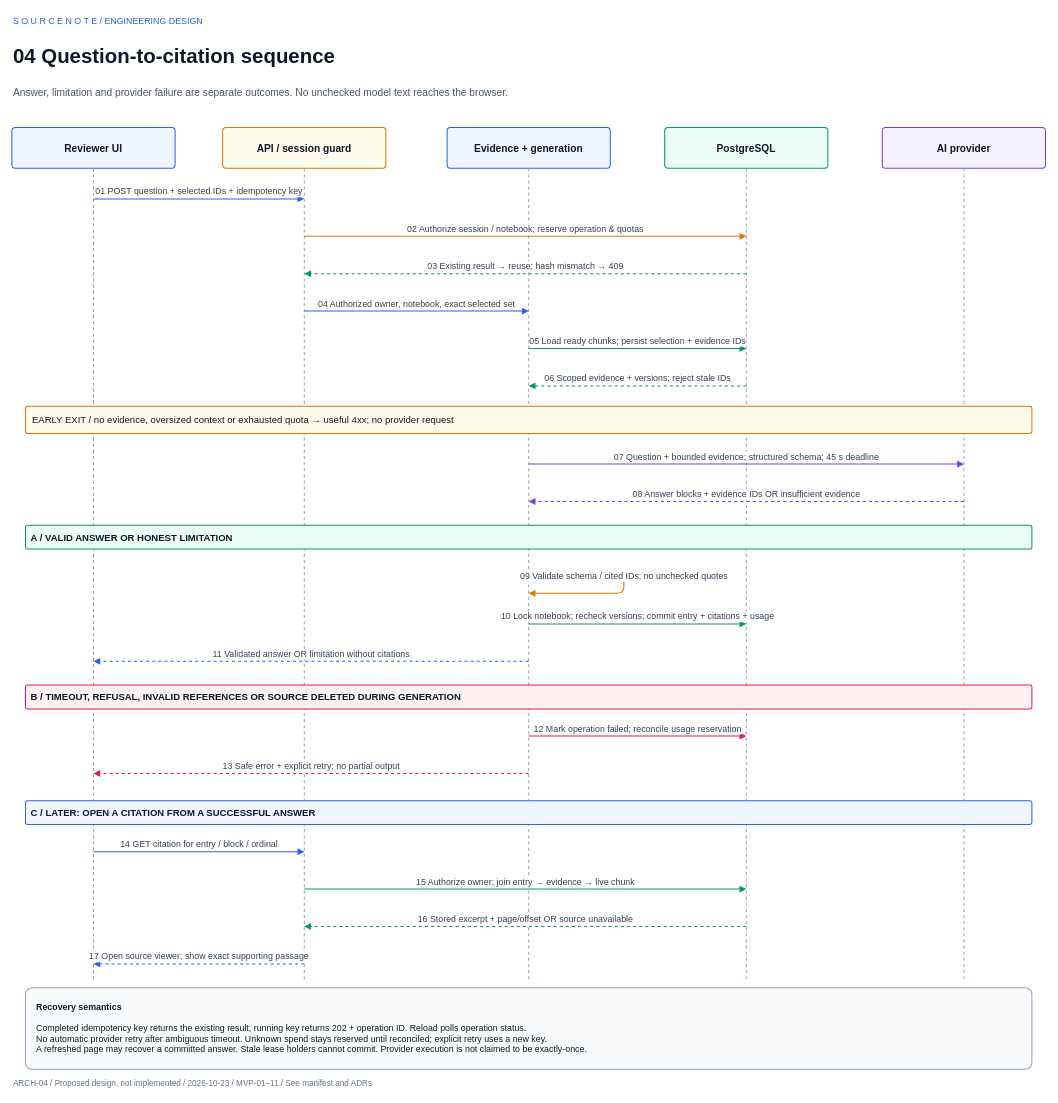
Earlier version of the draw.io diagram page "ARCH-04 | Question-to-citation sequence" (4 of 4) of docs/architecture/notebooklm-clone.drawio (jadomer98/sourcenote). Source tidied: cells renumbered, new cells numbered last; positions are measured from the earlier drawing's top-left corner, leaving out a move shared by most shapes. Both pictures are drawn from the tidied source at 68%, with x=0, y=0 at pixel (12, 12).
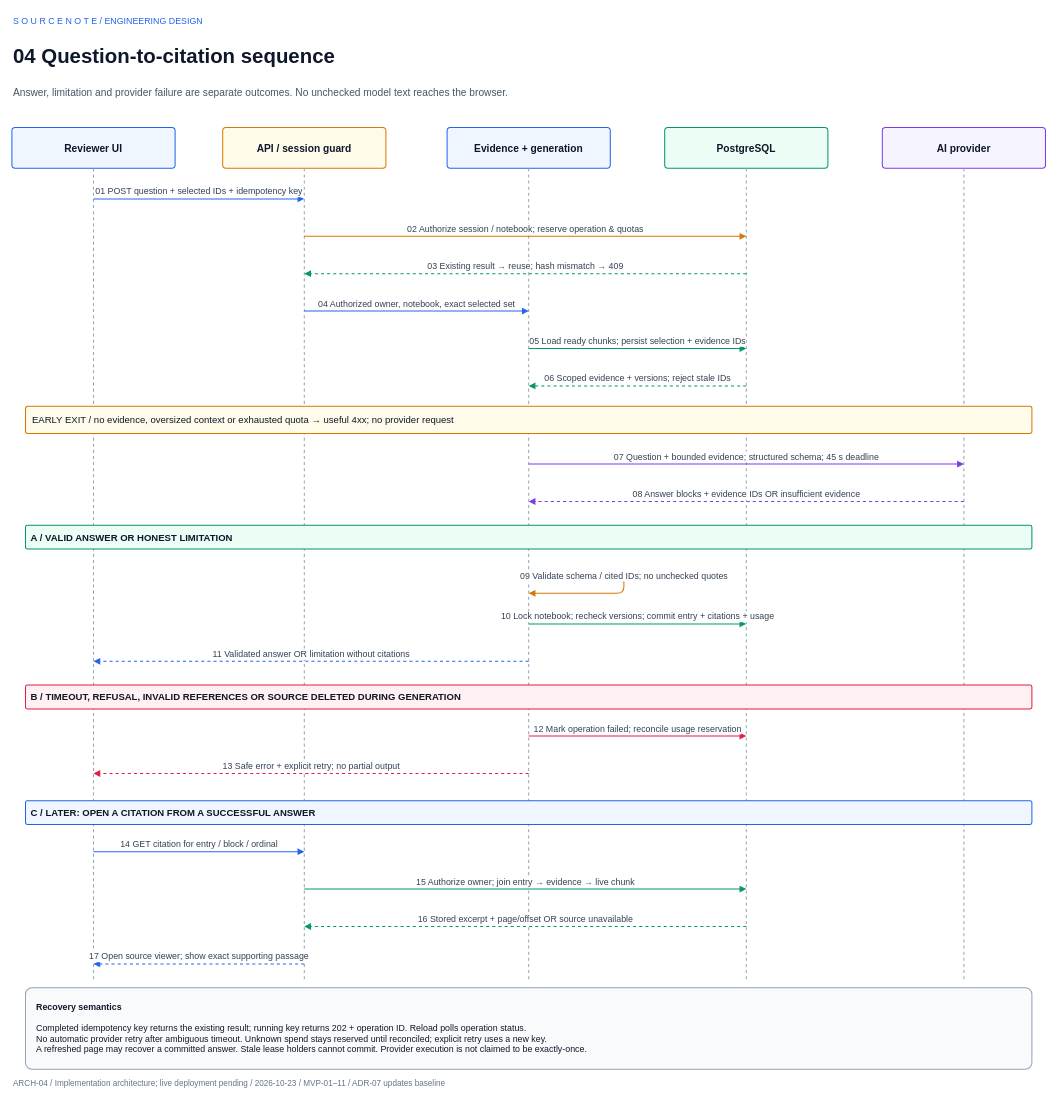
Above is the later version.

Change to the diagram source:
```diff
@@
-    <mxCell id="5" value="ARCH-04  /  Proposed design, not implemented  /  2026-10-23  /  MVP-01–11  /  See manifest and ADRs" style="text;html=1;strokeColor=none;fillColor=none;align=left;verticalAlign=middle;whiteSpace=wrap;fontFamily=Helvetica;fontSize=12;fontColor=#64748B;fontStyle=0;" parent="1" vertex="1">
+    <mxCell id="5" value="ARCH-04  /  Implementation architecture; live deployment pending  /  2026-10-23  /  MVP-01–11  /  ADR-07 updates baseline" style="text;html=1;strokeColor=none;fillColor=none;align=left;verticalAlign=middle;whiteSpace=wrap;fontFamily=Helvetica;fontSize=12;fontColor=#64748B;fontStyle=0;" parent="1" vertex="1">
       <mxGeometry y="1563" width="1520" height="25" as="geometry" />
     </mxCell>
```
